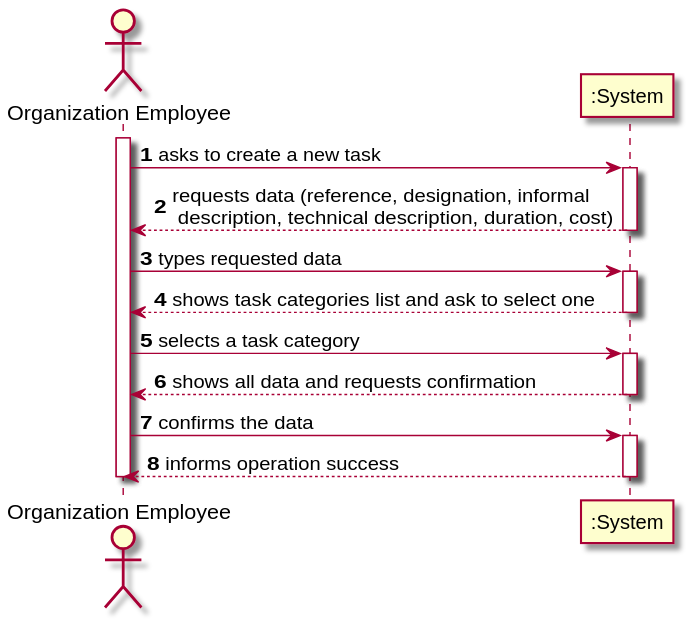
Earlier version of the PlantUML export docs/SprintC/US14/SSD/US14_SSD.svg (miseEnPlace-i/lapr2).
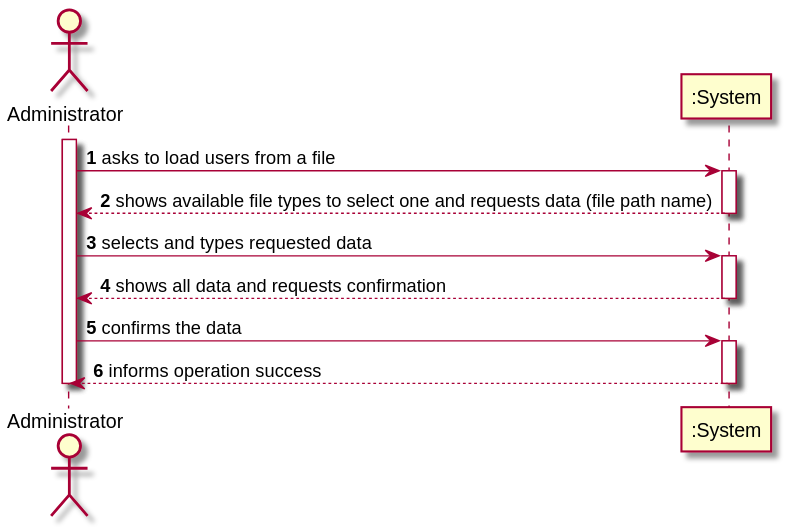
After the commit.

Diff of the diagram source:
```diff
@@ -1,28 +1,23 @@
 @startuml
 autonumber
-actor "Organization Employee" as OE
+actor "Administrator" as ADMIN
 
-activate OE
-OE -> ":System" : asks to create a new task
+activate ADMIN
+ADMIN -> ":System" : asks to load users from a file
 activate ":System"
-":System" --> OE : requests data (reference, designation,  informal \n description, technical description, duration, cost)
+":System" --> ADMIN : shows available file types to select one and requests data (file path name)
 deactivate ":System"
 
-OE -> ":System" : types requested data
+ADMIN -> ":System" : selects and types requested data
 activate ":System"
-":System" --> OE : shows task categories list and ask to select one
+":System" --> ADMIN : shows all data and requests confirmation
 deactivate ":System"
 
-OE -> ":System" : selects a task category
+ADMIN -> ":System" : confirms the data
 activate ":System"
-":System" --> OE : shows all data and requests confirmation
+":System" --> ADMIN : informs operation success
 deactivate ":System"
 
-OE -> ":System" : confirms the data
-activate ":System"
-":System" --> OE : informs operation success
-deactivate ":System"
-
-deactivate OE
+deactivate ADMIN
 
 @enduml
```
